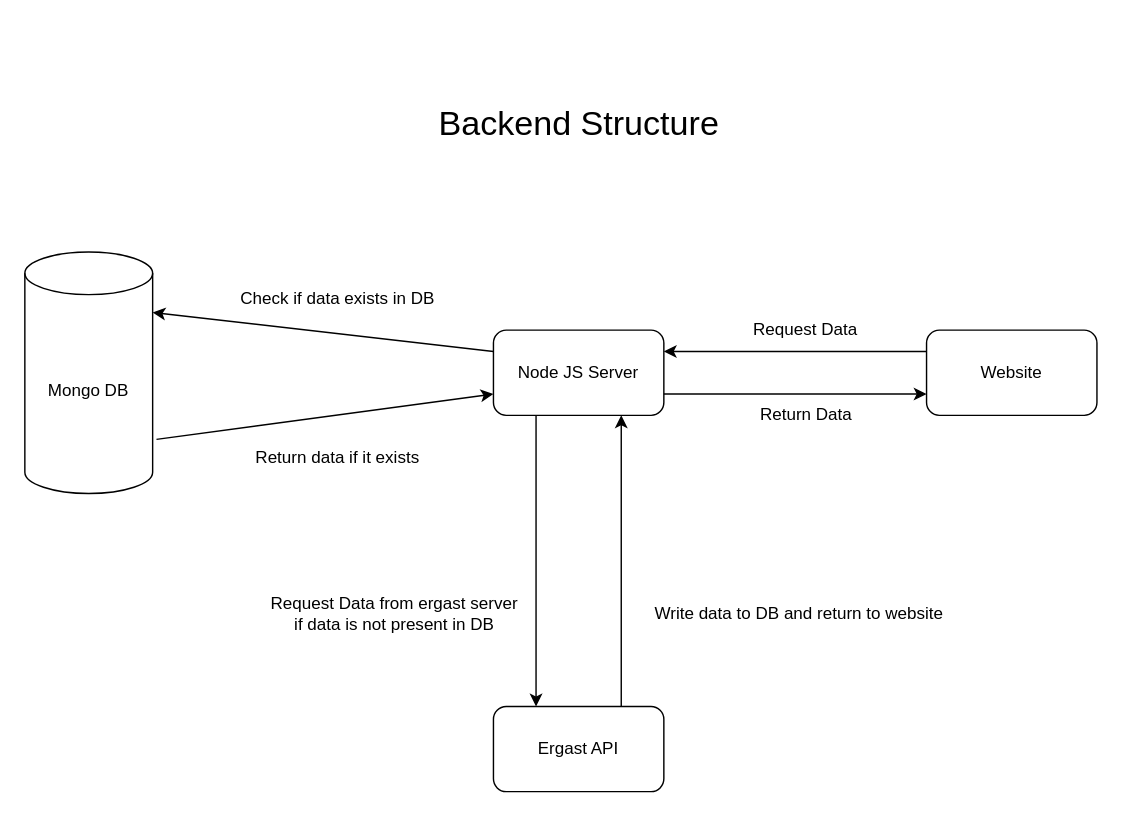
The draw.io diagram documentation/gridbox-backend.drawio in roshith-prakash/GridBox-F1-Server, before the edit. Source tidied: cells renumbered, new cells numbered last; positions are measured from the earlier drawing's top-left corner, leaving out a move shared by most shapes. Both pictures are drawn from the tidied source at 142%, with x=0, y=0 at pixel (24, 95).
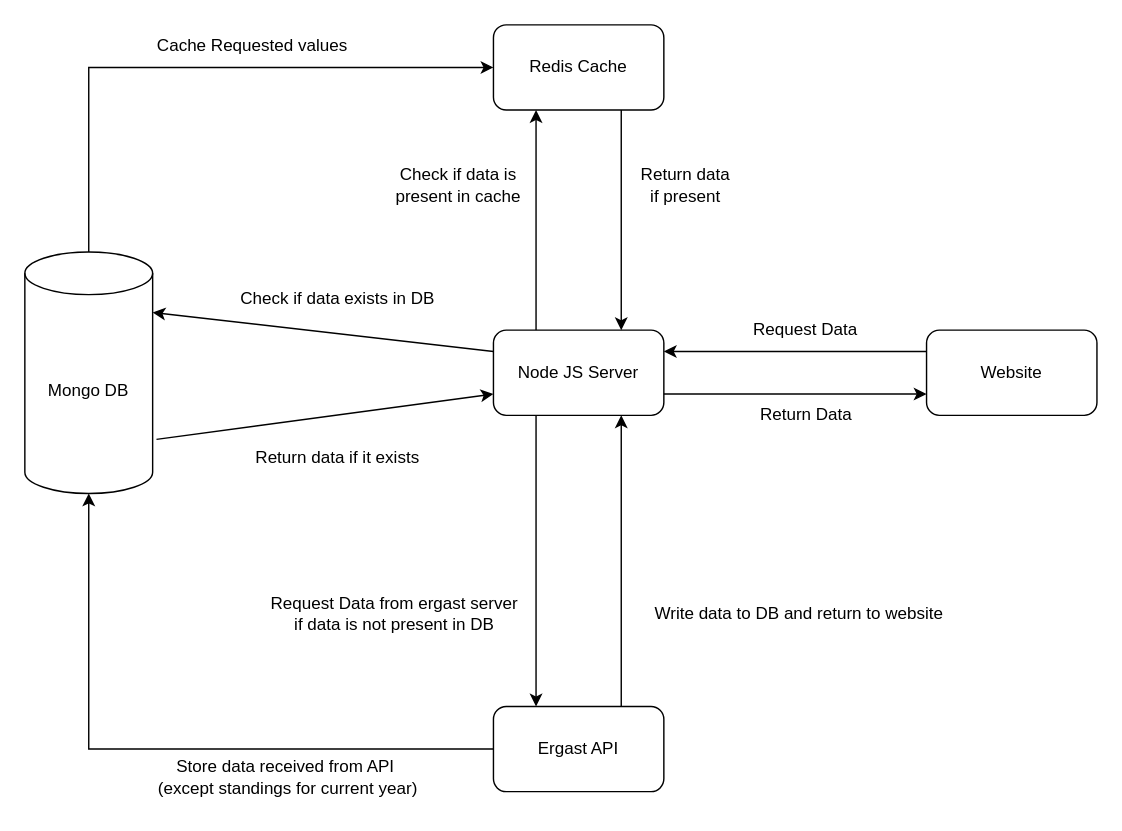
The same diagram, later.

Unchanged cells that the change refers to:
```xml
<mxCell id="4" value="Node JS Server" style="rounded=1;whiteSpace=wrap;html=1;" parent="1" vertex="1">
  <mxGeometry x="330" y="165" width="120" height="60" as="geometry" />
</mxCell>
<mxCell id="5" value="Mongo DB" style="shape=cylinder3;whiteSpace=wrap;html=1;boundedLbl=1;backgroundOutline=1;size=15;" parent="1" vertex="1">
  <mxGeometry y="110" width="90" height="170" as="geometry" />
</mxCell>
<mxCell id="15" value="Ergast API" style="rounded=1;whiteSpace=wrap;html=1;" parent="1" vertex="1">
  <mxGeometry x="330" y="430" width="120" height="60" as="geometry" />
</mxCell>
```

Diff of the diagram source:
```diff
@@
+    <mxCell id="19" style="edgeStyle=orthogonalEdgeStyle;rounded=0;jettySize=auto;html=1;exitX=0.25;exitY=0;exitDx=0;exitDy=0;entryX=0.25;entryY=1;entryDx=0;entryDy=0;" parent="1" edge="1" source="4" target="22">
+      <mxGeometry relative="1" as="geometry" />
+    </mxCell>
@@
+    <mxCell id="20" style="edgeStyle=orthogonalEdgeStyle;rounded=0;jettySize=auto;html=1;exitX=0.5;exitY=0;exitDx=0;exitDy=0;exitPerimeter=0;entryX=0;entryY=0.5;entryDx=0;entryDy=0;" parent="1" edge="1" source="5" target="22">
+      <mxGeometry relative="1" as="geometry" />
+    </mxCell>
@@
-    <mxCell id="18" value="&lt;font style=&quot;font-size: 24px;&quot;&gt;Backend Structure&lt;/font&gt;" style="text;html=1;align=center;verticalAlign=middle;strokeColor=none;fillColor=none;" parent="1" vertex="1">
-      <mxGeometry x="280" width="220" height="40" as="geometry" />
-    </mxCell>
+    <mxCell id="21" style="edgeStyle=orthogonalEdgeStyle;rounded=0;jettySize=auto;html=1;exitX=0.75;exitY=1;exitDx=0;exitDy=0;entryX=0.75;entryY=0;entryDx=0;entryDy=0;" parent="1" edge="1" source="22" target="4">
+      <mxGeometry relative="1" as="geometry" />
+    </mxCell>
+    <mxCell id="22" value="Redis Cache" style="rounded=1;whiteSpace=wrap;html=1;" parent="1" vertex="1">
+      <mxGeometry x="330" y="-50" width="120" height="60" as="geometry" />
+    </mxCell>
+    <mxCell id="23" value="Check if data is &lt;br&gt;present in cache" style="text;html=1;align=center;verticalAlign=middle;strokeColor=none;fillColor=none;" parent="1" vertex="1">
+      <mxGeometry x="250" y="43" width="110" height="40" as="geometry" />
+    </mxCell>
+    <mxCell id="24" value="Return data &lt;br&gt;if present" style="text;html=1;align=center;verticalAlign=middle;strokeColor=none;fillColor=none;" parent="1" vertex="1">
+      <mxGeometry x="420" y="43" width="90" height="40" as="geometry" />
+    </mxCell>
+    <mxCell id="25" value="Cache Requested values" style="text;html=1;align=center;verticalAlign=middle;strokeColor=none;fillColor=none;" parent="1" vertex="1">
+      <mxGeometry x="80" y="-50" width="160" height="30" as="geometry" />
+    </mxCell>
+    <mxCell id="26" style="edgeStyle=orthogonalEdgeStyle;rounded=0;jettySize=auto;html=1;exitX=0;exitY=0.5;exitDx=0;exitDy=0;entryX=0.5;entryY=1;entryDx=0;entryDy=0;entryPerimeter=0;" parent="1" edge="1" source="15" target="5">
+      <mxGeometry relative="1" as="geometry" />
+    </mxCell>
+    <mxCell id="27" value="Store data received from API&amp;nbsp;&lt;br&gt;(except standings for current year)" style="text;html=1;align=center;verticalAlign=middle;strokeColor=none;fillColor=none;" parent="1" vertex="1">
+      <mxGeometry x="80" y="460" width="210" height="40" as="geometry" />
+    </mxCell>
```
